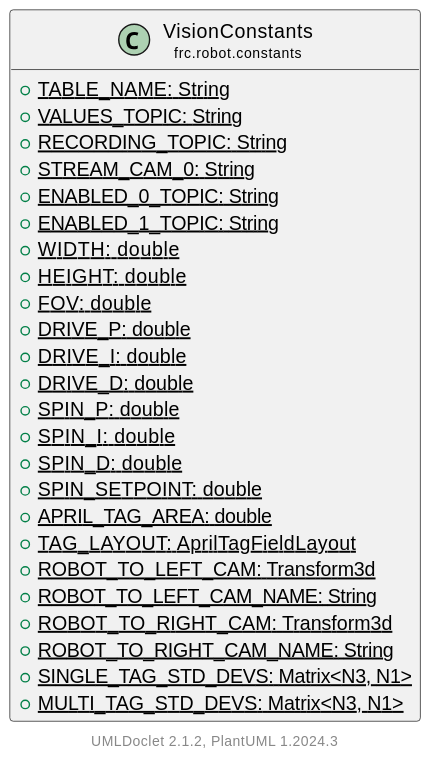
This is docs/uml/frc/robot/constants/VisionConstants.svg from LakotaRobotics1038/2026RobotProject, a PlantUML export, as it was before one commit.
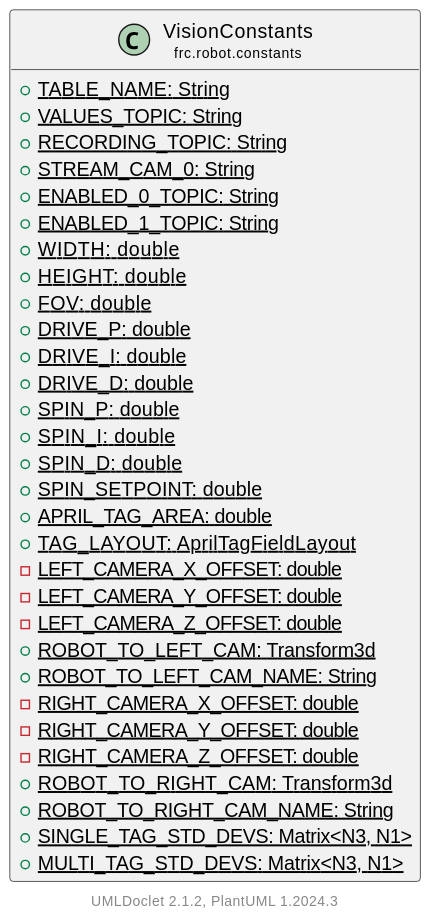
The same file after the commit.

Diff of the diagram source:
```diff
@@ -22,8 +22,14 @@
         {static} +SPIN_SETPOINT: double
         {static} +APRIL_TAG_AREA: double
         {static} +TAG_LAYOUT: AprilTagFieldLayout
+        {static} -LEFT_CAMERA_X_OFFSET: double
+        {static} -LEFT_CAMERA_Y_OFFSET: double
+        {static} -LEFT_CAMERA_Z_OFFSET: double
         {static} +ROBOT_TO_LEFT_CAM: Transform3d
         {static} +ROBOT_TO_LEFT_CAM_NAME: String
+        {static} -RIGHT_CAMERA_X_OFFSET: double
+        {static} -RIGHT_CAMERA_Y_OFFSET: double
+        {static} -RIGHT_CAMERA_Z_OFFSET: double
         {static} +ROBOT_TO_RIGHT_CAM: Transform3d
         {static} +ROBOT_TO_RIGHT_CAM_NAME: String
         {static} +SINGLE_TAG_STD_DEVS: Matrix<N3, N1>
```
